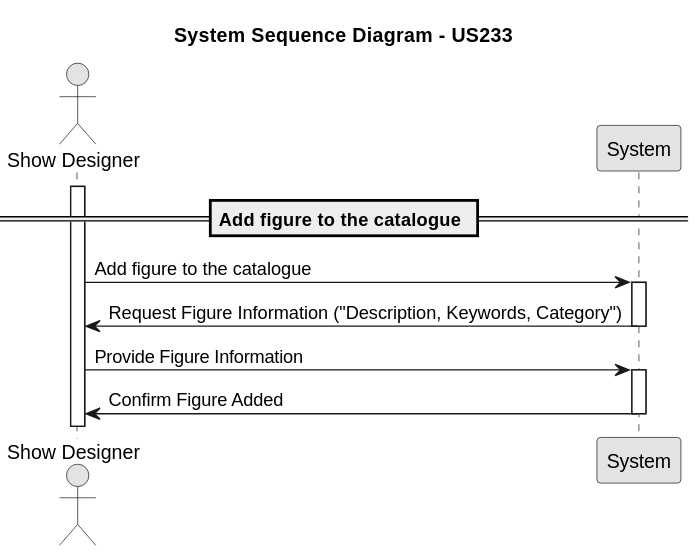
This is docs/Sprint2/us_233/images/system-sequence-diagram-US233.svg from rubenFreitas1/ISEP-LAPR4-2024-2025, a PlantUML export, as it was before one commit.
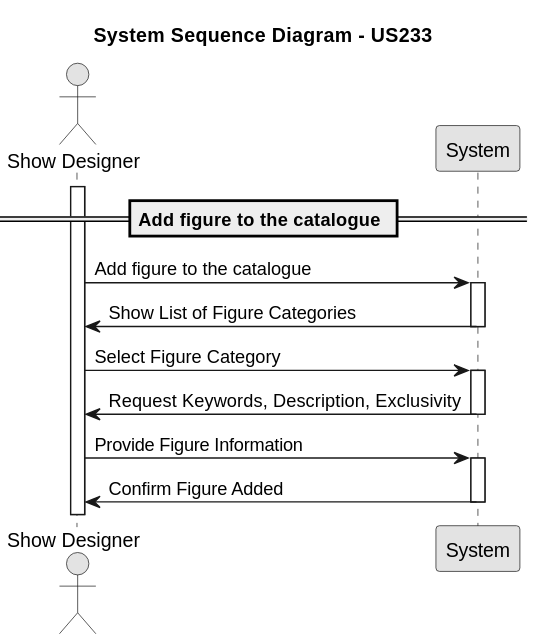
The same diagram one commit later.

The edit, as a diff of the source:
```diff
@@ -14,8 +14,16 @@
 showDesigner -> system : Add figure to the catalogue
 activate system
 
-system -> showDesigner : Request Figure Information ("Description, Keywords, Category")
+system -> showDesigner : Show List of Figure Categories
 deactivate system
+
+showDesigner -> system : Select Figure Category
+
+activate system
+
+system -> showDesigner : Request Keywords, Description, Exclusivity
+deactivate system
+
 showDesigner -> system : Provide Figure Information
 
 activate system
```
